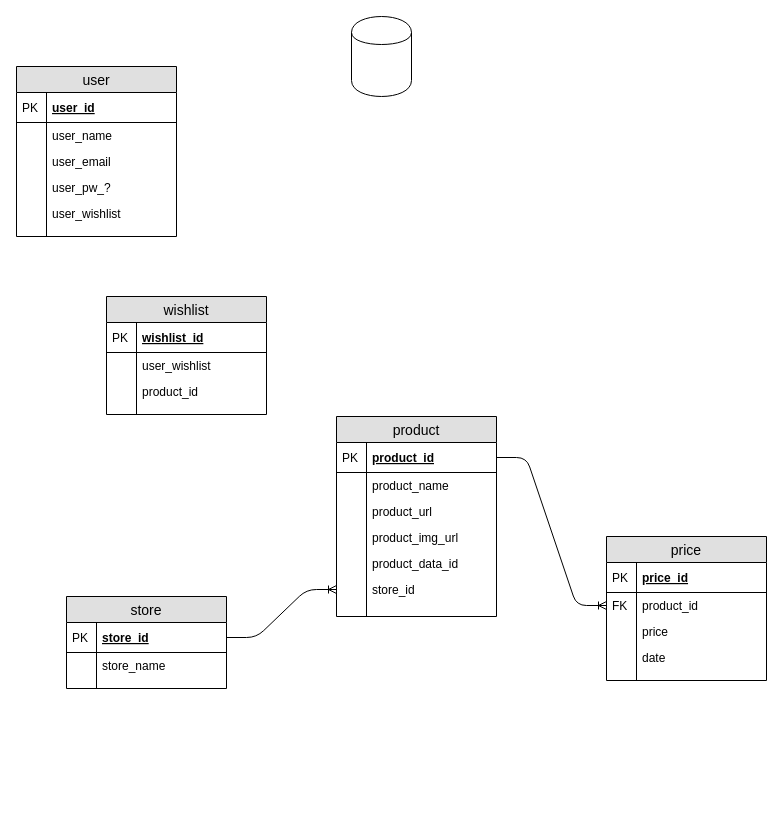
Earlier version of the draw.io diagram Docs/Untitled Diagram.drawio (HartwigH/sales-finder). Source tidied: cells renumbered, new cells numbered last; positions are measured from the earlier drawing's top-left corner, leaving out a move shared by most shapes. Both pictures are drawn from the tidied source at 100%, with x=0, y=0 at pixel (16, 16).
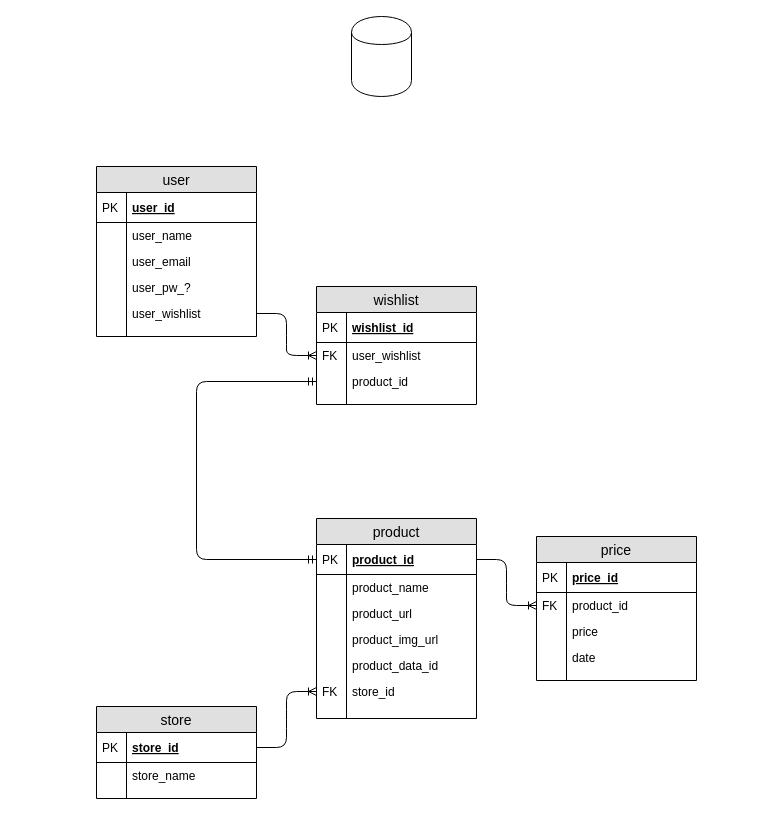
Above is the later version.

Unchanged cells that the change refers to:
```xml
<mxCell id="4" value="product_id" style="shape=partialRectangle;top=0;left=0;right=0;bottom=1;align=left;verticalAlign=middle;fillColor=none;spacingLeft=34;spacingRight=4;overflow=hidden;points=[[0,0.5],[1,0.5]];portConstraint=eastwest;fontStyle=5;fontSize=12;" parent="3" vertex="1">
  <mxGeometry y="26" width="160" height="30" as="geometry" />
</mxCell>
<mxCell id="14" value="store_id" style="shape=partialRectangle;top=0;left=0;right=0;bottom=0;align=left;verticalAlign=top;fillColor=none;spacingLeft=34;spacingRight=4;overflow=hidden;points=[[0,0.5],[1,0.5]];portConstraint=eastwest;fontSize=12;" parent="3" vertex="1">
  <mxGeometry y="160" width="160" height="26" as="geometry" />
</mxCell>
<mxCell id="47" value="user_wishlist" style="shape=partialRectangle;top=0;left=0;right=0;bottom=0;align=left;verticalAlign=top;fillColor=none;spacingLeft=34;spacingRight=4;overflow=hidden;points=[[0,0.5],[1,0.5]];portConstraint=eastwest;fontSize=12;" parent="38" vertex="1">
  <mxGeometry y="134" width="160" height="26" as="geometry" />
</mxCell>
<mxCell id="54" value="user_wishlist" style="shape=partialRectangle;top=0;left=0;right=0;bottom=0;align=left;verticalAlign=top;fillColor=none;spacingLeft=34;spacingRight=4;overflow=hidden;points=[[0,0.5],[1,0.5]];portConstraint=eastwest;fontSize=12;" parent="51" vertex="1">
  <mxGeometry y="56" width="160" height="26" as="geometry" />
</mxCell>
<mxCell id="56" value="product_id" style="shape=partialRectangle;top=0;left=0;right=0;bottom=0;align=left;verticalAlign=top;fillColor=none;spacingLeft=34;spacingRight=4;overflow=hidden;points=[[0,0.5],[1,0.5]];portConstraint=eastwest;fontSize=12;" parent="51" vertex="1">
  <mxGeometry y="82" width="160" height="26" as="geometry" />
</mxCell>
```

The edit, as a diff of the source:
```diff
@@
     <mxCell id="3" value="product" style="swimlane;fontStyle=0;horizontal=1;startSize=26;fillColor=#e0e0e0;swimlaneFillColor=#ffffff;align=center;fontSize=14;" parent="1" vertex="1">
-      <mxGeometry x="320" y="400" width="160" height="200" as="geometry" />
+      <mxGeometry x="300" y="502" width="160" height="200" as="geometry" />
     </mxCell>
@@
-    <mxCell id="15" style="shape=partialRectangle;top=0;left=0;bottom=0;fillColor=none;align=left;verticalAlign=top;spacingLeft=4;spacingRight=4;overflow=hidden;fontSize=12;" parent="14" vertex="1">
+    <mxCell id="15" value="FK" style="shape=partialRectangle;top=0;left=0;bottom=0;fillColor=none;align=left;verticalAlign=top;spacingLeft=4;spacingRight=4;overflow=hidden;fontSize=12;" parent="14" vertex="1">
       <mxGeometry width="30" height="26" as="geometry" />
     </mxCell>
@@
     <mxCell id="18" value="price" style="swimlane;fontStyle=0;horizontal=1;startSize=26;fillColor=#e0e0e0;swimlaneFillColor=#ffffff;align=center;fontSize=14;" parent="1" vertex="1">
-      <mxGeometry x="590" y="520" width="160" height="144" as="geometry" />
+      <mxGeometry x="520" y="520" width="160" height="144" as="geometry" />
     </mxCell>
@@
     <mxCell id="30" value="store" style="swimlane;fontStyle=0;horizontal=1;startSize=26;fillColor=#e0e0e0;swimlaneFillColor=#ffffff;align=center;fontSize=14;" parent="1" vertex="1">
-      <mxGeometry x="50" y="580" width="160" height="92" as="geometry" />
+      <mxGeometry x="80" y="690" width="160" height="92" as="geometry" />
     </mxCell>
@@
     <mxCell id="38" value="user" style="swimlane;fontStyle=0;horizontal=1;startSize=26;fillColor=#e0e0e0;swimlaneFillColor=#ffffff;align=center;fontSize=14;" parent="1" vertex="1">
-      <mxGeometry y="50" width="160" height="170" as="geometry" />
+      <mxGeometry x="80" y="150" width="160" height="170" as="geometry" />
     </mxCell>
@@
     <mxCell id="51" value="wishlist" style="swimlane;fontStyle=0;horizontal=1;startSize=26;fillColor=#e0e0e0;swimlaneFillColor=#ffffff;align=center;fontSize=14;" parent="1" vertex="1">
-      <mxGeometry x="90" y="280" width="160" height="118" as="geometry" />
+      <mxGeometry x="300" y="270" width="160" height="118" as="geometry" />
     </mxCell>
@@
-    <mxCell id="55" style="shape=partialRectangle;top=0;left=0;bottom=0;fillColor=none;align=left;verticalAlign=top;spacingLeft=4;spacingRight=4;overflow=hidden;fontSize=12;" parent="54" vertex="1">
+    <mxCell id="55" value="FK" style="shape=partialRectangle;top=0;left=0;bottom=0;fillColor=none;align=left;verticalAlign=top;spacingLeft=4;spacingRight=4;overflow=hidden;fontSize=12;" parent="54" vertex="1">
       <mxGeometry width="30" height="26" as="geometry" />
     </mxCell>
@@
+    <mxCell id="60" style="edgeStyle=entityRelationEdgeStyle;fontSize=12;html=1;endArrow=ERoneToMany;exitX=1;exitY=0.5;exitDx=0;exitDy=0;entryX=0;entryY=0.5;entryDx=0;entryDy=0;" parent="1" edge="1" source="47" target="54">
+      <mxGeometry relative="1" as="geometry" />
+    </mxCell>
+    <mxCell id="61" style="fontSize=12;html=1;endArrow=ERmandOne;startArrow=ERmandOne;entryX=0;entryY=0.5;entryDx=0;entryDy=0;exitX=0;exitY=0.5;exitDx=0;exitDy=0;edgeStyle=orthogonalEdgeStyle;" parent="1" edge="1" source="4" target="56">
+      <mxGeometry relative="1" as="geometry">
+        <Array as="points">
+          <mxPoint x="180" y="543" />
+          <mxPoint x="180" y="365" />
+        </Array>
+      </mxGeometry>
+    </mxCell>
```
